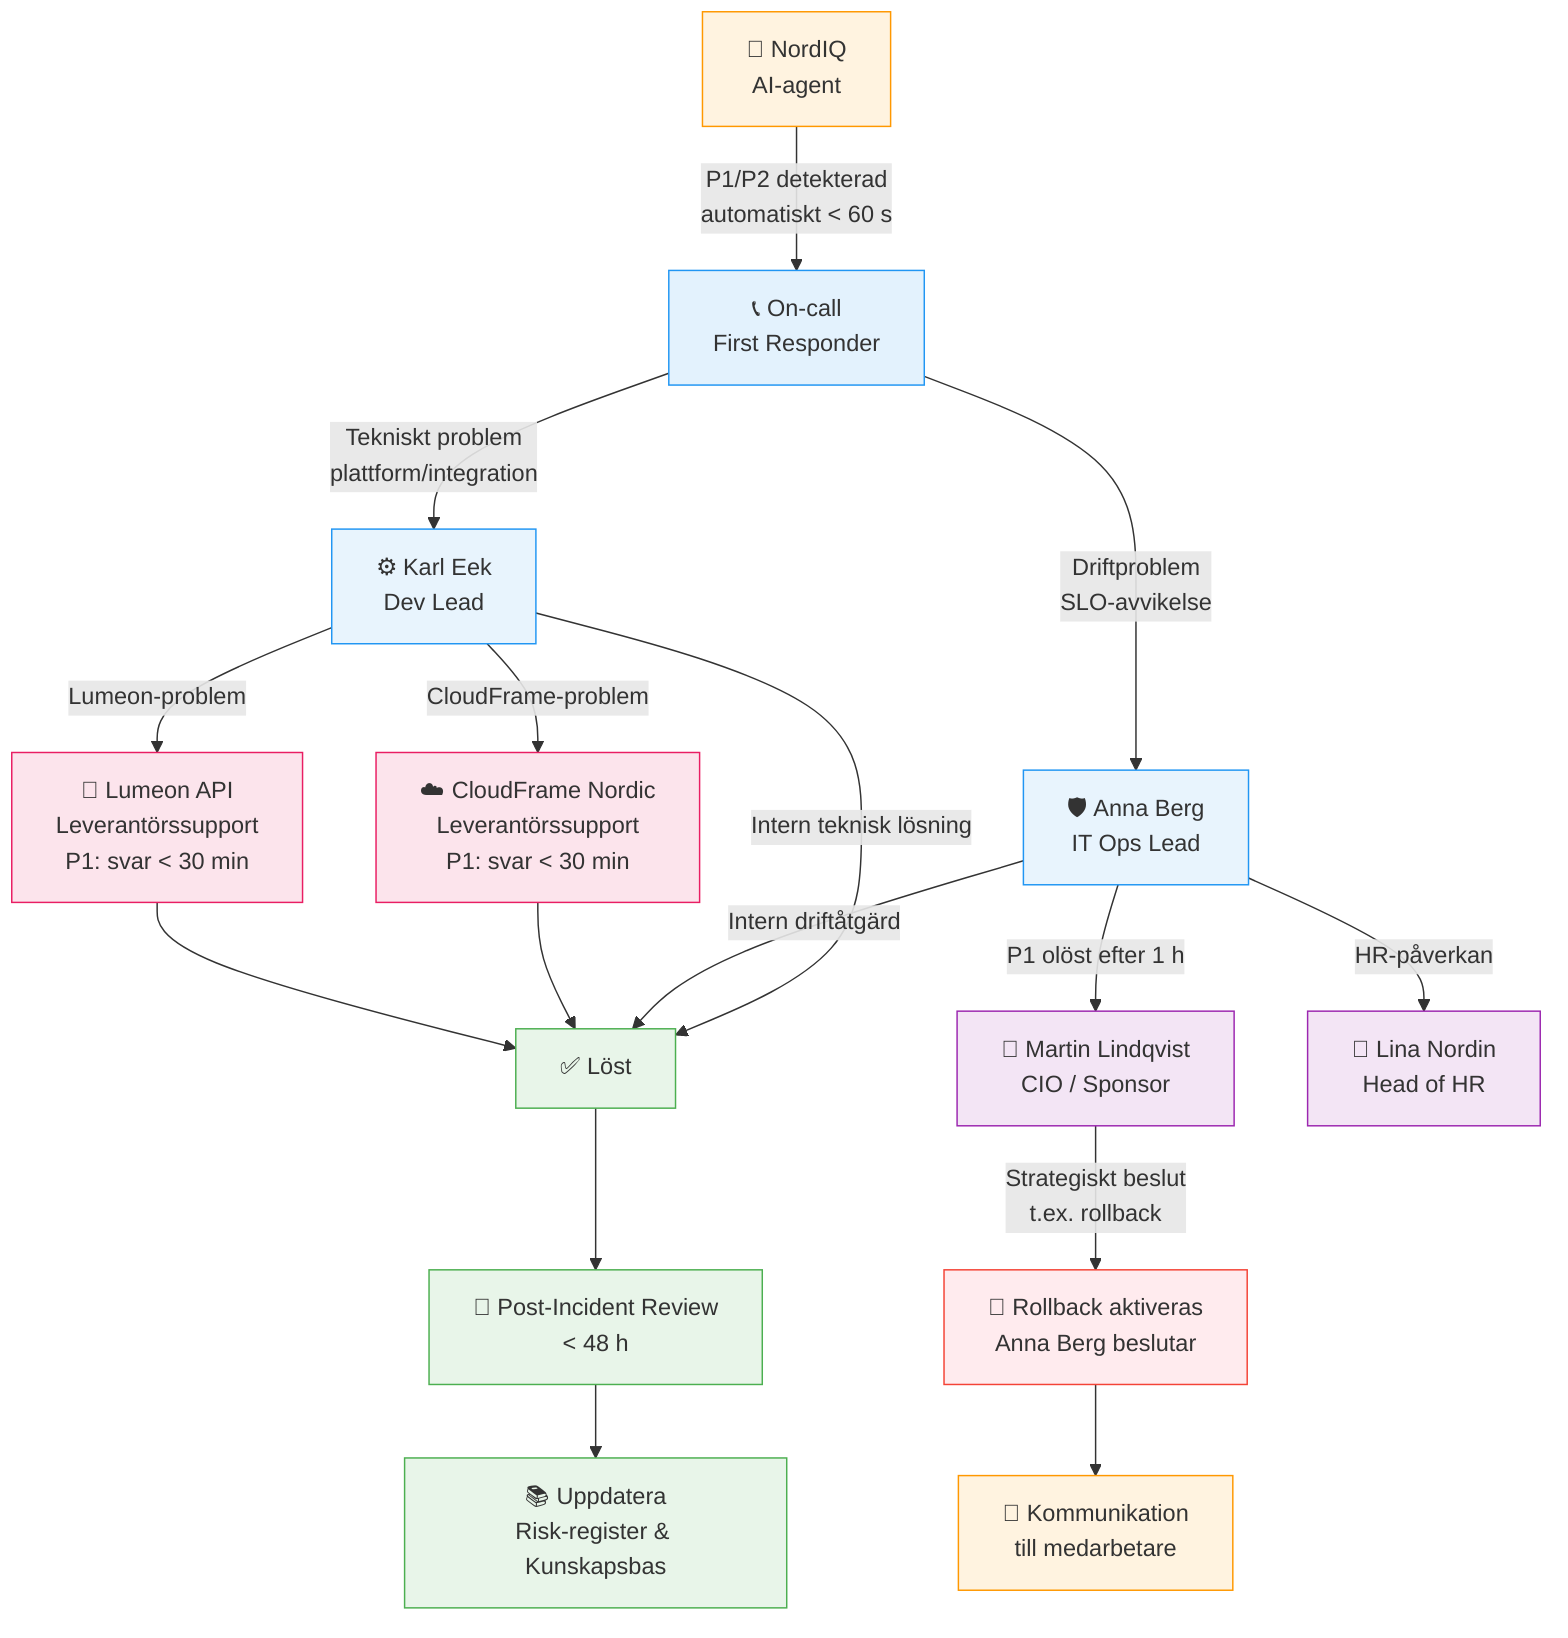
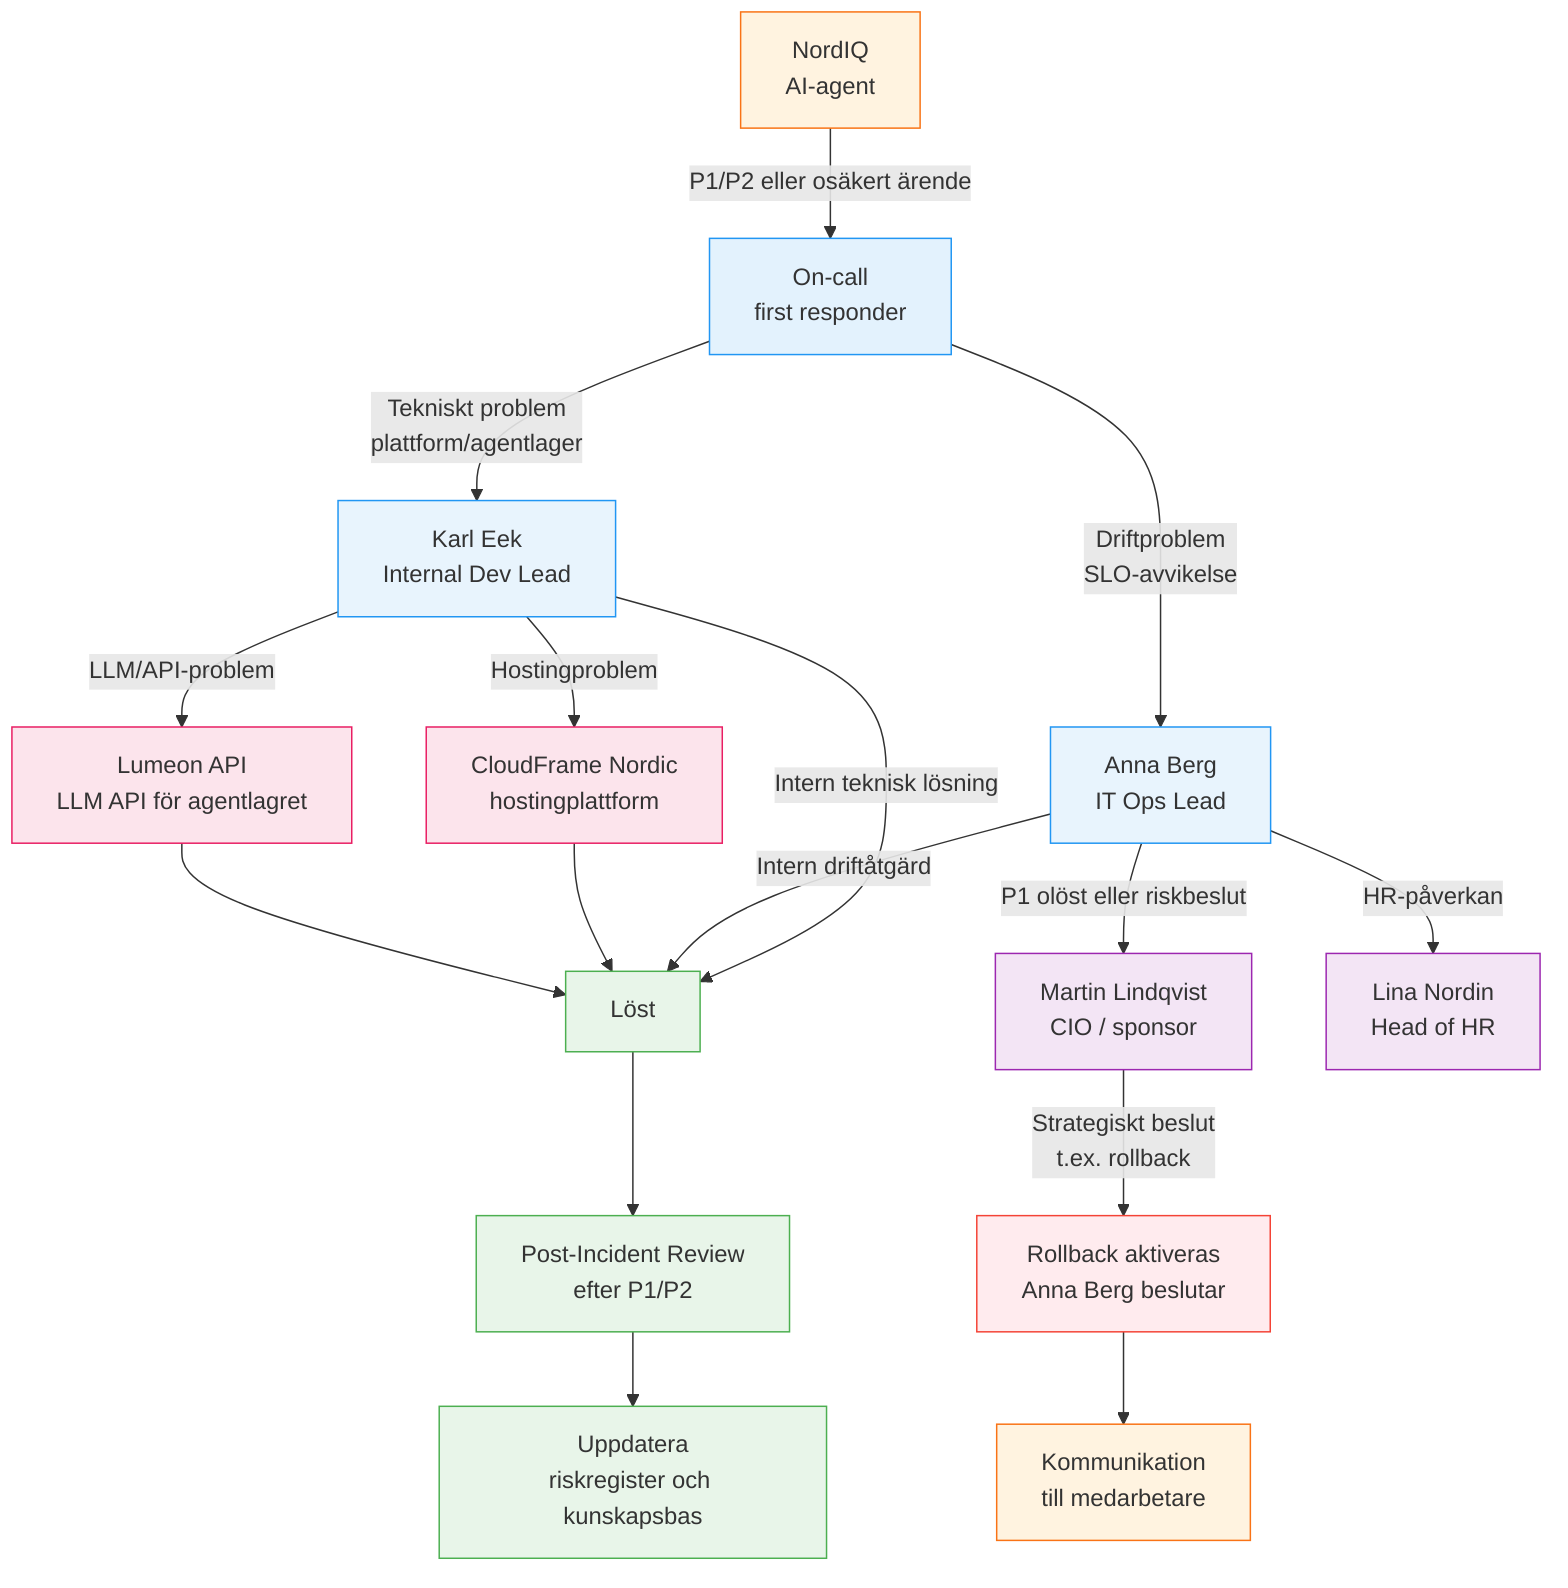
flowchart TD
-     A[🤖 NordIQ\nAI-agent] -->|P1/P2 detekterad\nautomatiskt < 60 s| B[📞 On-call\nFirst Responder]
+     A[NordIQ\nAI-agent] -->|P1/P2 eller osäkert ärende| B[On-call\nfirst responder]

-     B -->|Tekniskt problem\nplattform/integration| C[⚙️ Karl Eek\nDev Lead]
-     B -->|Driftproblem\nSLO-avvikelse| D[🛡️ Anna Berg\nIT Ops Lead]
+     B -->|Tekniskt problem\nplattform/agentlager| C[Karl Eek\nInternal Dev Lead]
+     B -->|Driftproblem\nSLO-avvikelse| D[Anna Berg\nIT Ops Lead]

-     C -->|CloudFrame-problem| E[☁️ CloudFrame Nordic\nLeverantörssupport\nP1: svar < 30 min]
-     C -->|Lumeon-problem| F[🔗 Lumeon API\nLeverantörssupport\nP1: svar < 30 min]
-     C -->|Intern teknisk lösning| G[✅ Löst]
+     C -->|Hostingproblem| E[CloudFrame Nordic\nhostingplattform]
+     C -->|LLM/API-problem| F[Lumeon API\nLLM API för agentlagret]
+     C -->|Intern teknisk lösning| G[Löst]

-     D -->|P1 olöst efter 1 h| H[👔 Martin Lindqvist\nCIO / Sponsor]
-     D -->|HR-påverkan| I[👥 Lina Nordin\nHead of HR]
+     D -->|P1 olöst eller riskbeslut| H[Martin Lindqvist\nCIO / sponsor]
+     D -->|HR-påverkan| I[Lina Nordin\nHead of HR]
    D -->|Intern driftåtgärd| G

    E --> G
    F --> G
-     H -->|Strategiskt beslut\nt.ex. rollback| J[🔄 Rollback aktiveras\nAnna Berg beslutar]
-     J --> K[📢 Kommunikation\ntill medarbetare]
+     H -->|Strategiskt beslut\nt.ex. rollback| J[Rollback aktiveras\nAnna Berg beslutar]
+     J --> K[Kommunikation\ntill medarbetare]

-     G --> L[📝 Post-Incident Review\n< 48 h]
-     L --> M[📚 Uppdatera\nRisk-register & Kunskapsbas]
+     G --> L[Post-Incident Review\nefter P1/P2]
+     L --> M[Uppdatera\nriskregister och kunskapsbas]

-     style A fill:#fff3e0,stroke:#FF9800
+     style A fill:#fff3e0,stroke:#F97316
    style B fill:#e3f2fd,stroke:#2196F3
    style C fill:#e8f4fd,stroke:#2196F3
    style D fill:#e8f4fd,stroke:#2196F3
    style E fill:#fce4ec,stroke:#E91E63
    style F fill:#fce4ec,stroke:#E91E63
    style G fill:#e8f5e9,stroke:#4CAF50
    style H fill:#f3e5f5,stroke:#9C27B0
    style I fill:#f3e5f5,stroke:#9C27B0
    style J fill:#ffebee,stroke:#F44336
-     style K fill:#fff3e0,stroke:#FF9800
+     style K fill:#fff3e0,stroke:#F97316
    style L fill:#e8f5e9,stroke:#4CAF50
    style M fill:#e8f5e9,stroke:#4CAF50
